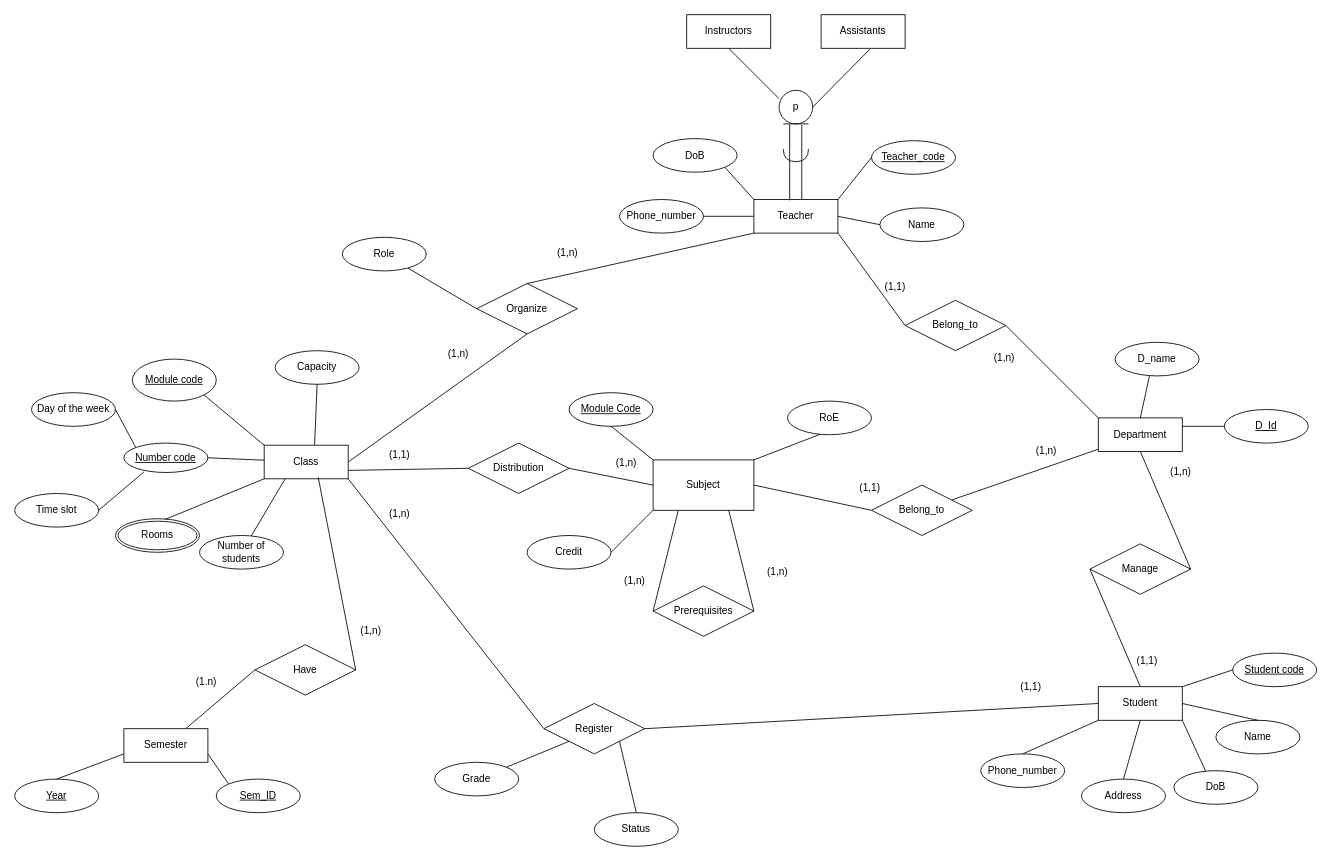
Above: Finale.drawio in S0ra1n0/Database-learning (draw.io), before the change. Source tidied: cells renumbered, new cells numbered last; positions are measured from the earlier drawing's top-left corner, leaving out a move shared by most shapes. Both pictures are drawn from the tidied source at 84%, with x=0, y=0 at pixel (14, 14).
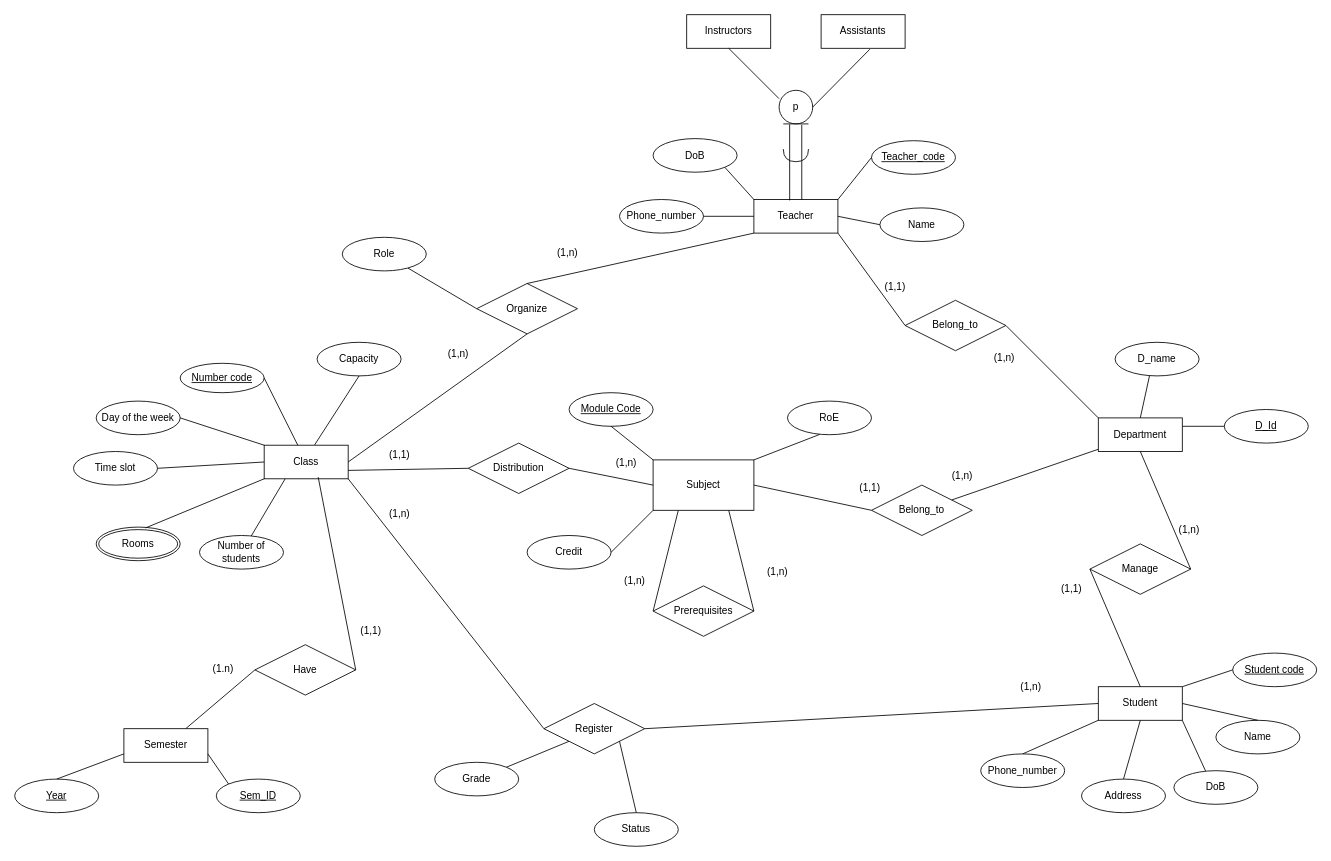
The same diagram, later.

Commit message:
Cập nhật Finale.drawio

Unchanged cells that the change refers to:
```xml
<mxCell id="39" value="Class" style="whiteSpace=wrap;html=1;align=center;" parent="1" vertex="1">
  <mxGeometry x="297" y="512.5" width="100" height="40" as="geometry" />
</mxCell>
```

The edit, as a diff of the source:
```diff
@@
     <mxCell id="15" value="(1,n)" style="text;strokeColor=none;fillColor=none;spacingLeft=4;spacingRight=4;overflow=hidden;fontSize=12;whiteSpace=wrap;html=1;" parent="1" vertex="1">
-      <mxGeometry x="1370" y="530" width="40" height="30" as="geometry" />
+      <mxGeometry x="1380" y="600" width="40" height="30" as="geometry" />
     </mxCell>
     <mxCell id="16" value="(1,1)" style="text;strokeColor=none;fillColor=none;spacingLeft=4;spacingRight=4;overflow=hidden;fontSize=12;whiteSpace=wrap;html=1;" parent="1" vertex="1">
-      <mxGeometry x="1330" y="755" width="40" height="30" as="geometry" />
+      <mxGeometry x="1240" y="670" width="40" height="30" as="geometry" />
     </mxCell>
@@
     <mxCell id="26" value="(1,n)" style="text;strokeColor=none;fillColor=none;spacingLeft=4;spacingRight=4;overflow=hidden;fontSize=12;whiteSpace=wrap;html=1;" parent="1" vertex="1">
-      <mxGeometry x="1210" y="505" width="40" height="35" as="geometry" />
+      <mxGeometry x="1110" y="535" width="40" height="35" as="geometry" />
     </mxCell>
@@
-    <mxCell id="38" value="(1,1)" style="text;html=1;align=center;verticalAlign=middle;whiteSpace=wrap;rounded=0;" parent="1" vertex="1">
+    <mxCell id="38" value="(1,n)" style="text;html=1;align=center;verticalAlign=middle;whiteSpace=wrap;rounded=0;" parent="1" vertex="1">
       <mxGeometry x="1180" y="785" width="60" height="30" as="geometry" />
     </mxCell>
@@
     <mxCell id="40" value="Number code" style="ellipse;whiteSpace=wrap;html=1;align=center;fontStyle=4;" parent="1" vertex="1">
-      <mxGeometry x="130" y="510" width="100" height="35" as="geometry" />
+      <mxGeometry x="197" y="415" width="100" height="35" as="geometry" />
     </mxCell>
-    <mxCell id="41" value="Module code" style="ellipse;whiteSpace=wrap;html=1;align=center;fontStyle=4;" parent="1" vertex="1">
-      <mxGeometry x="140" y="410" width="100" height="50" as="geometry" />
-    </mxCell>
     <mxCell id="42" value="Day of the week" style="ellipse;whiteSpace=wrap;html=1;align=center;" parent="1" vertex="1">
-      <mxGeometry x="20" y="450" width="100" height="40" as="geometry" />
+      <mxGeometry x="97" y="460" width="100" height="40" as="geometry" />
     </mxCell>
     <mxCell id="43" value="Time slot" style="ellipse;whiteSpace=wrap;html=1;align=center;" parent="1" vertex="1">
-      <mxGeometry y="570" width="100" height="40" as="geometry" />
+      <mxGeometry x="70" y="520" width="100" height="40" as="geometry" />
     </mxCell>
     <mxCell id="44" value="Rooms" style="ellipse;shape=doubleEllipse;margin=3;whiteSpace=wrap;html=1;align=center;" parent="1" vertex="1">
-      <mxGeometry x="120" y="600" width="100" height="40" as="geometry" />
+      <mxGeometry x="97" y="610" width="100" height="40" as="geometry" />
     </mxCell>
@@
-    <mxCell id="46" style="endArrow=none;html=1;rounded=0;exitX=1;exitY=0.5;exitDx=0;exitDy=0;entryX=0.24;entryY=0.975;entryDx=0;entryDy=0;entryPerimeter=0;" parent="1" edge="1" source="43" target="40">
+    <mxCell id="46" style="endArrow=none;html=1;rounded=0;exitX=1;exitY=0.5;exitDx=0;exitDy=0;entryX=0;entryY=0.5;entryDx=0;entryDy=0;" parent="1" edge="1" source="43" target="39">
       <mxGeometry relative="1" as="geometry" />
     </mxCell>
-    <mxCell id="47" style="endArrow=none;html=1;rounded=0;exitX=1;exitY=0.5;exitDx=0;exitDy=0;entryX=0;entryY=0;entryDx=0;entryDy=0;" parent="1" edge="1" source="42" target="40">
+    <mxCell id="47" style="endArrow=none;html=1;rounded=0;exitX=1;exitY=0.5;exitDx=0;exitDy=0;entryX=0;entryY=0;entryDx=0;entryDy=0;" parent="1" edge="1" source="42" target="39">
       <mxGeometry relative="1" as="geometry" />
     </mxCell>
-    <mxCell id="48" style="endArrow=none;html=1;rounded=0;exitX=1;exitY=1;exitDx=0;exitDy=0;entryX=0;entryY=0;entryDx=0;entryDy=0;" parent="1" edge="1" source="41" target="39">
-      <mxGeometry relative="1" as="geometry" />
-    </mxCell>
@@
     <mxCell id="54" value="Capacity" style="ellipse;whiteSpace=wrap;html=1;align=center;" parent="1" vertex="1">
-      <mxGeometry x="310" y="400" width="100" height="40" as="geometry" />
+      <mxGeometry x="360" y="390" width="100" height="40" as="geometry" />
     </mxCell>
@@
-    <mxCell id="107" value="(1,n)" style="text;strokeColor=none;fillColor=none;spacingLeft=4;spacingRight=4;overflow=hidden;fontSize=12;whiteSpace=wrap;html=1;" parent="1" vertex="1">
+    <mxCell id="107" value="(1,1)&lt;div&gt;&lt;br&gt;&lt;/div&gt;" style="text;strokeColor=none;fillColor=none;spacingLeft=4;spacingRight=4;overflow=hidden;fontSize=12;whiteSpace=wrap;html=1;" parent="1" vertex="1">
       <mxGeometry x="406" y="720" width="40" height="30" as="geometry" />
     </mxCell>
     <mxCell id="108" value="(1.n)" style="text;strokeColor=none;fillColor=none;spacingLeft=4;spacingRight=4;overflow=hidden;fontSize=12;whiteSpace=wrap;html=1;" parent="1" vertex="1">
-      <mxGeometry x="210" y="780" width="40" height="30" as="geometry" />
+      <mxGeometry x="230" y="765" width="40" height="30" as="geometry" />
     </mxCell>
```
